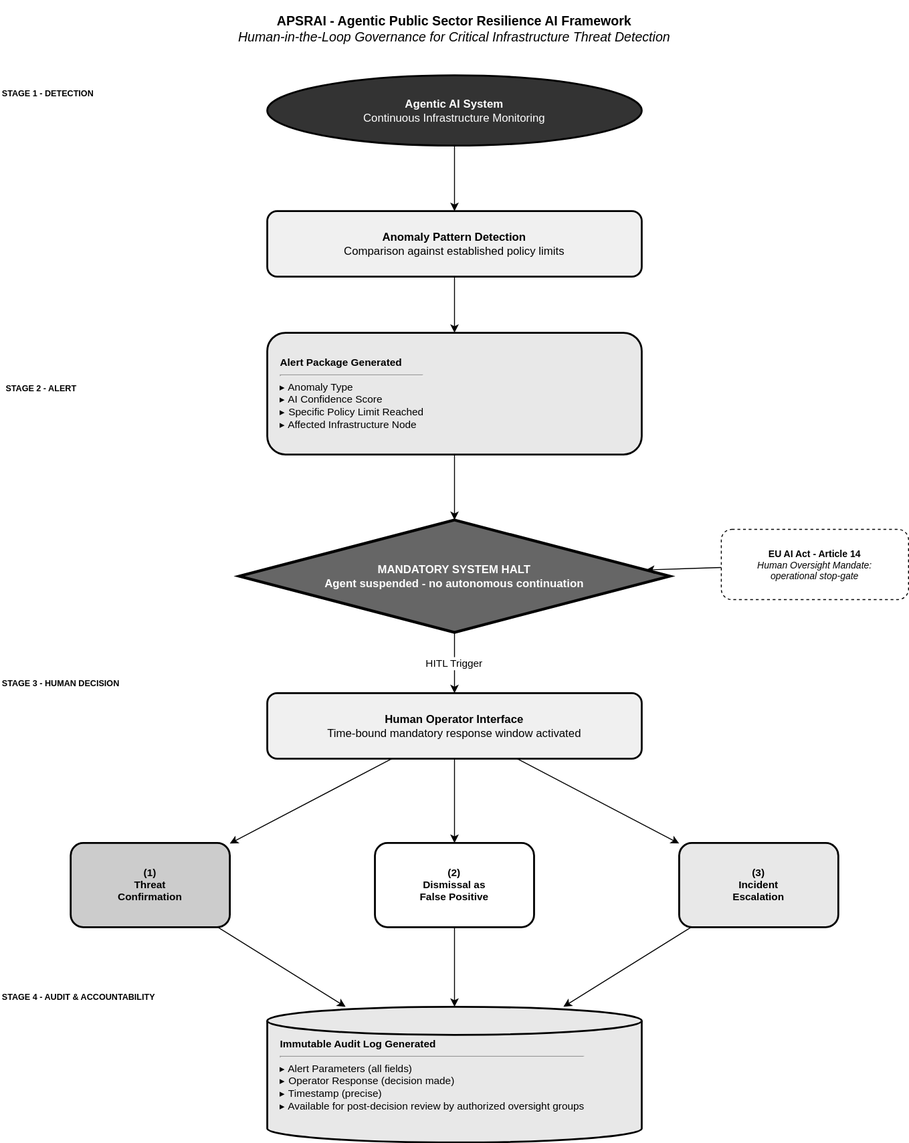
Earlier version of the draw.io export APSRAI.drawio.svg (PerviZxS/APSRAI). Source tidied: cells renumbered, new cells last; positions are measured from the earlier drawing's top-left corner, leaving out a move shared by most shapes. Source of this version:
```xml
<mxGraphModel background="#ffffff">
  <root>
    <mxCell id="0" />
    <mxCell id="1" parent="0" />
    <mxCell id="2" value="&lt;b&gt;APSRAI - Agentic Public Sector Resilience AI Framework&lt;/b&gt;&lt;br&gt;&lt;i&gt;Human-in-the-Loop Governance for Critical Infrastructure Threat Detection&lt;/i&gt;" style="text;html=1;strokeColor=none;fillColor=none;align=center;verticalAlign=middle;whiteSpace=wrap;fontSize=14;fontColor=#000000;" parent="1" vertex="1">
      <mxGeometry x="130" width="710" height="60" as="geometry" />
    </mxCell>
    <mxCell id="3" value="STAGE 1 - DETECTION" style="text;html=1;strokeColor=none;fillColor=none;align=left;verticalAlign=middle;fontSize=9;fontColor=#000000;fontStyle=1;" parent="1" vertex="1">
      <mxGeometry y="90" width="160" height="20" as="geometry" />
    </mxCell>
    <mxCell id="4" value="&lt;b&gt;Agentic AI System&lt;/b&gt;&lt;br&gt;Continuous Infrastructure Monitoring" style="ellipse;whiteSpace=wrap;html=1;fillColor=#333333;strokeColor=#000000;fontSize=12;fontColor=#ffffff;strokeWidth=2;" parent="1" vertex="1">
      <mxGeometry x="285" y="80" width="400" height="75" as="geometry" />
    </mxCell>
    <mxCell id="5" value="&lt;b&gt;Anomaly Pattern Detection&lt;/b&gt;&lt;br&gt;Comparison against established policy limits" style="rounded=1;whiteSpace=wrap;html=1;fillColor=#f0f0f0;strokeColor=#000000;fontSize=12;strokeWidth=2;fontColor=#000000;" parent="1" vertex="1">
      <mxGeometry x="285" y="225" width="400" height="70" as="geometry" />
    </mxCell>
    <mxCell id="6" value="STAGE 2 - ALERT" style="text;html=1;strokeColor=none;fillColor=none;align=left;verticalAlign=middle;fontSize=9;fontColor=#000000;fontStyle=1;" parent="1" vertex="1">
      <mxGeometry x="4" y="405" width="160" height="20" as="geometry" />
    </mxCell>
    <mxCell id="7" value="&lt;b&gt;Alert Package Generated&lt;/b&gt;&lt;hr/&gt;▸ Anomaly Type&lt;br&gt;▸ AI Confidence Score&lt;br&gt;▸ Specific Policy Limit Reached&lt;br&gt;▸ Affected Infrastructure Node" style="rounded=1;whiteSpace=wrap;html=1;fillColor=#e8e8e8;strokeColor=#000000;fontSize=11;align=left;spacingLeft=12;strokeWidth=2;fontColor=#000000;" parent="1" vertex="1">
      <mxGeometry x="285" y="355" width="400" height="130" as="geometry" />
    </mxCell>
    <mxCell id="8" value="&lt;b&gt;MANDATORY SYSTEM HALT&lt;/b&gt;&lt;br&gt;Agent suspended - no autonomous continuation" style="rhombus;whiteSpace=wrap;html=1;fillColor=#666666;strokeColor=#000000;fontSize=12;fontColor=#ffffff;strokeWidth=3;fontStyle=1;" parent="1" vertex="1">
      <mxGeometry x="255" y="555" width="460" height="120" as="geometry" />
    </mxCell>
    <mxCell id="9" value="&lt;b&gt;EU AI Act - Article 14&lt;/b&gt;&lt;br&gt;&lt;i&gt;Human Oversight Mandate:&lt;br&gt;operational stop-gate&lt;/i&gt;" style="rounded=1;whiteSpace=wrap;html=1;fillColor=#ffffff;strokeColor=#000000;fontSize=10;align=center;strokeWidth=1;dashed=1;fontColor=#000000;" parent="1" vertex="1">
      <mxGeometry x="770" y="565" width="200" height="75" as="geometry" />
    </mxCell>
    <mxCell id="10" parent="1" edge="1" source="9" target="8">
      <mxGeometry relative="1" as="geometry" />
    </mxCell>
    <mxCell id="11" value="STAGE 3 - HUMAN DECISION" style="text;html=1;strokeColor=none;fillColor=none;align=left;verticalAlign=middle;fontSize=9;fontColor=#000000;fontStyle=1;" parent="1" vertex="1">
      <mxGeometry y="720" width="210" height="20" as="geometry" />
    </mxCell>
    <mxCell id="12" value="&lt;b&gt;Human Operator Interface&lt;/b&gt;&lt;br&gt;Time-bound mandatory response window activated" style="rounded=1;whiteSpace=wrap;html=1;fillColor=#f0f0f0;strokeColor=#000000;fontSize=12;strokeWidth=2;fontColor=#000000;" parent="1" vertex="1">
      <mxGeometry x="285" y="740" width="400" height="70" as="geometry" />
    </mxCell>
    <mxCell id="13" value="&lt;b&gt;(1)&lt;br&gt;Threat&lt;br&gt;Confirmation&lt;/b&gt;" style="rounded=1;whiteSpace=wrap;html=1;fillColor=#cccccc;strokeColor=#000000;fontSize=11;strokeWidth=2;fontColor=#000000;" parent="1" vertex="1">
      <mxGeometry x="75" y="900" width="170" height="90" as="geometry" />
    </mxCell>
    <mxCell id="14" value="&lt;b&gt;(2)&lt;br&gt;Dismissal as&lt;br&gt;False Positive&lt;/b&gt;" style="rounded=1;whiteSpace=wrap;html=1;fillColor=#ffffff;strokeColor=#000000;fontSize=11;strokeWidth=2;fontColor=#000000;" parent="1" vertex="1">
      <mxGeometry x="400" y="900" width="170" height="90" as="geometry" />
    </mxCell>
    <mxCell id="15" value="&lt;b&gt;(3)&lt;br&gt;Incident&lt;br&gt;Escalation&lt;/b&gt;" style="rounded=1;whiteSpace=wrap;html=1;fillColor=#e8e8e8;strokeColor=#000000;fontSize=11;strokeWidth=2;fontColor=#000000;" parent="1" vertex="1">
      <mxGeometry x="725" y="900" width="170" height="90" as="geometry" />
    </mxCell>
    <mxCell id="16" value="STAGE 4 - AUDIT &amp;amp; ACCOUNTABILITY" style="text;html=1;strokeColor=none;fillColor=none;align=left;verticalAlign=middle;fontSize=9;fontColor=#000000;fontStyle=1;" parent="1" vertex="1">
      <mxGeometry y="1055" width="250" height="20" as="geometry" />
    </mxCell>
    <mxCell id="17" value="&lt;b&gt;Immutable Audit Log Generated&lt;/b&gt;&lt;hr/&gt;▸ Alert Parameters (all fields)&lt;br&gt;▸ Operator Response (decision made)&lt;br&gt;▸ Timestamp (precise)&lt;br&gt;▸ Available for post-decision review by authorized oversight groups" style="shape=cylinder3;whiteSpace=wrap;html=1;fillColor=#e8e8e8;strokeColor=#000000;fontSize=11;align=left;spacingLeft=12;strokeWidth=2;size=15;fontColor=#000000;" parent="1" vertex="1">
      <mxGeometry x="285" y="1075" width="400" height="145" as="geometry" />
    </mxCell>
    <mxCell id="18" parent="1" edge="1" source="4" target="5">
      <mxGeometry relative="1" as="geometry" />
    </mxCell>
    <mxCell id="19" parent="1" edge="1" source="5" target="7">
      <mxGeometry relative="1" as="geometry" />
    </mxCell>
    <mxCell id="20" parent="1" edge="1" source="7" target="8">
      <mxGeometry relative="1" as="geometry" />
    </mxCell>
    <mxCell id="21" value="HITL Trigger" parent="1" edge="1" source="8" target="12">
      <mxGeometry relative="1" as="geometry" />
    </mxCell>
    <mxCell id="22" parent="1" edge="1" source="12" target="13">
      <mxGeometry relative="1" as="geometry" />
    </mxCell>
    <mxCell id="23" parent="1" edge="1" source="12" target="14">
      <mxGeometry relative="1" as="geometry" />
    </mxCell>
    <mxCell id="24" parent="1" edge="1" source="12" target="15">
      <mxGeometry relative="1" as="geometry" />
    </mxCell>
    <mxCell id="25" parent="1" edge="1" source="13" target="17">
      <mxGeometry relative="1" as="geometry" />
    </mxCell>
    <mxCell id="26" parent="1" edge="1" source="14" target="17">
      <mxGeometry relative="1" as="geometry" />
    </mxCell>
    <mxCell id="27" parent="1" edge="1" source="15" target="17">
      <mxGeometry relative="1" as="geometry" />
    </mxCell>
  </root>
</mxGraphModel>
```
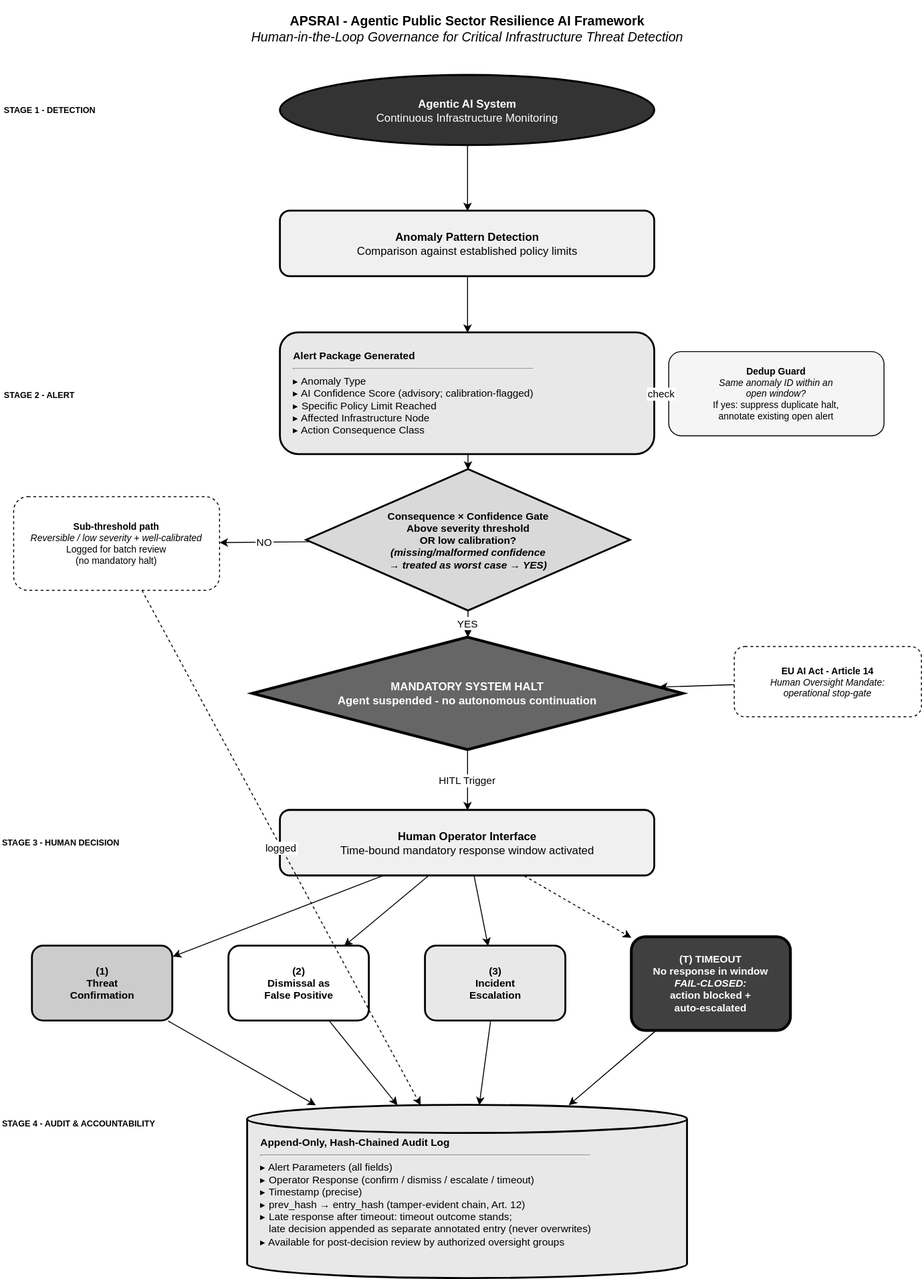
The same file after the commit.

What changed in the source:
```diff
@@ -6,7 +6,7 @@
       <mxGeometry x="130" width="710" height="60" as="geometry" />
     </mxCell>
     <mxCell id="3" value="STAGE 1 - DETECTION" style="text;html=1;strokeColor=none;fillColor=none;align=left;verticalAlign=middle;fontSize=9;fontColor=#000000;fontStyle=1;" parent="1" vertex="1">
-      <mxGeometry y="90" width="160" height="20" as="geometry" />
+      <mxGeometry x="-12" y="107.5" width="160" height="20" as="geometry" />
     </mxCell>
     <mxCell id="4" value="&lt;b&gt;Agentic AI System&lt;/b&gt;&lt;br&gt;Continuous Infrastructure Monitoring" style="ellipse;whiteSpace=wrap;html=1;fillColor=#333333;strokeColor=#000000;fontSize=12;fontColor=#ffffff;strokeWidth=2;" parent="1" vertex="1">
       <mxGeometry x="285" y="80" width="400" height="75" as="geometry" />
@@ -15,40 +15,64 @@
       <mxGeometry x="285" y="225" width="400" height="70" as="geometry" />
     </mxCell>
     <mxCell id="6" value="STAGE 2 - ALERT" style="text;html=1;strokeColor=none;fillColor=none;align=left;verticalAlign=middle;fontSize=9;fontColor=#000000;fontStyle=1;" parent="1" vertex="1">
-      <mxGeometry x="4" y="405" width="160" height="20" as="geometry" />
+      <mxGeometry x="-12" y="412" width="160" height="20" as="geometry" />
     </mxCell>
-    <mxCell id="7" value="&lt;b&gt;Alert Package Generated&lt;/b&gt;&lt;hr/&gt;▸ Anomaly Type&lt;br&gt;▸ AI Confidence Score&lt;br&gt;▸ Specific Policy Limit Reached&lt;br&gt;▸ Affected Infrastructure Node" style="rounded=1;whiteSpace=wrap;html=1;fillColor=#e8e8e8;strokeColor=#000000;fontSize=11;align=left;spacingLeft=12;strokeWidth=2;fontColor=#000000;" parent="1" vertex="1">
+    <mxCell id="7" value="&lt;b&gt;Alert Package Generated&lt;/b&gt;&lt;hr/&gt;▸ Anomaly Type&lt;br&gt;▸ AI Confidence Score (advisory; calibration-flagged)&lt;br&gt;▸ Specific Policy Limit Reached&lt;br&gt;▸ Affected Infrastructure Node&lt;br&gt;▸ Action Consequence Class" style="rounded=1;whiteSpace=wrap;html=1;fillColor=#e8e8e8;strokeColor=#000000;fontSize=11;align=left;spacingLeft=12;strokeWidth=2;fontColor=#000000;" parent="1" vertex="1">
       <mxGeometry x="285" y="355" width="400" height="130" as="geometry" />
     </mxCell>
+    <mxCell id="28" value="&lt;b&gt;Dedup Guard&lt;/b&gt;&lt;br&gt;&lt;i&gt;Same anomaly ID within an&lt;br&gt;open window?&lt;/i&gt;&lt;br&gt;If yes: suppress duplicate halt,&lt;br&gt;annotate existing open alert" style="rounded=1;whiteSpace=wrap;html=1;fillColor=#f5f5f5;strokeColor=#000000;fontSize=10;align=center;strokeWidth=1;fontColor=#000000;" parent="1" vertex="1">
+      <mxGeometry x="700" y="375" width="230" height="90" as="geometry" />
+    </mxCell>
+    <mxCell id="29" value="check" style="dashed=1;strokeColor=#000000;" parent="1" edge="1" source="7" target="28">
+      <mxGeometry relative="1" as="geometry" />
+    </mxCell>
+    <mxCell id="30" value="&lt;b&gt;Consequence × Confidence Gate&lt;/b&gt;&lt;br&gt;Above severity threshold&lt;br&gt;OR low calibration?&lt;br&gt;&lt;i&gt;(missing/malformed confidence&lt;br&gt;→ treated as worst case → YES)&lt;/i&gt;" style="rhombus;whiteSpace=wrap;html=1;fillColor=#d9d9d9;strokeColor=#000000;fontSize=11;fontColor=#000000;strokeWidth=2;fontStyle=1;" parent="1" vertex="1">
+      <mxGeometry x="313" y="501" width="346" height="151" as="geometry" />
+    </mxCell>
+    <mxCell id="31" value="&lt;b&gt;Sub-threshold path&lt;/b&gt;&lt;br&gt;&lt;i&gt;Reversible / low severity + well-calibrated&lt;/i&gt;&lt;br&gt;Logged for batch review&lt;br&gt;(no mandatory halt)" style="rounded=1;whiteSpace=wrap;html=1;fillColor=#ffffff;strokeColor=#000000;fontSize=10;align=center;strokeWidth=1;dashed=1;fontColor=#000000;" parent="1" vertex="1">
+      <mxGeometry y="530" width="220" height="100" as="geometry" />
+    </mxCell>
+    <mxCell id="32" value="NO" parent="1" edge="1" source="30" target="31">
+      <mxGeometry relative="1" as="geometry" />
+    </mxCell>
     <mxCell id="8" value="&lt;b&gt;MANDATORY SYSTEM HALT&lt;/b&gt;&lt;br&gt;Agent suspended - no autonomous continuation" style="rhombus;whiteSpace=wrap;html=1;fillColor=#666666;strokeColor=#000000;fontSize=12;fontColor=#ffffff;strokeWidth=3;fontStyle=1;" parent="1" vertex="1">
-      <mxGeometry x="255" y="555" width="460" height="120" as="geometry" />
+      <mxGeometry x="255" y="680" width="460" height="120" as="geometry" />
     </mxCell>
+    <mxCell id="33" value="YES" parent="1" edge="1" source="30" target="8">
+      <mxGeometry relative="1" as="geometry" />
+    </mxCell>
     <mxCell id="9" value="&lt;b&gt;EU AI Act - Article 14&lt;/b&gt;&lt;br&gt;&lt;i&gt;Human Oversight Mandate:&lt;br&gt;operational stop-gate&lt;/i&gt;" style="rounded=1;whiteSpace=wrap;html=1;fillColor=#ffffff;strokeColor=#000000;fontSize=10;align=center;strokeWidth=1;dashed=1;fontColor=#000000;" parent="1" vertex="1">
-      <mxGeometry x="770" y="565" width="200" height="75" as="geometry" />
+      <mxGeometry x="770" y="690" width="200" height="75" as="geometry" />
     </mxCell>
     <mxCell id="10" parent="1" edge="1" source="9" target="8">
       <mxGeometry relative="1" as="geometry" />
     </mxCell>
     <mxCell id="11" value="STAGE 3 - HUMAN DECISION" style="text;html=1;strokeColor=none;fillColor=none;align=left;verticalAlign=middle;fontSize=9;fontColor=#000000;fontStyle=1;" parent="1" vertex="1">
-      <mxGeometry y="720" width="210" height="20" as="geometry" />
+      <mxGeometry x="-14" y="890" width="210" height="20" as="geometry" />
     </mxCell>
     <mxCell id="12" value="&lt;b&gt;Human Operator Interface&lt;/b&gt;&lt;br&gt;Time-bound mandatory response window activated" style="rounded=1;whiteSpace=wrap;html=1;fillColor=#f0f0f0;strokeColor=#000000;fontSize=12;strokeWidth=2;fontColor=#000000;" parent="1" vertex="1">
-      <mxGeometry x="285" y="740" width="400" height="70" as="geometry" />
+      <mxGeometry x="285" y="865" width="400" height="70" as="geometry" />
     </mxCell>
     <mxCell id="13" value="&lt;b&gt;(1)&lt;br&gt;Threat&lt;br&gt;Confirmation&lt;/b&gt;" style="rounded=1;whiteSpace=wrap;html=1;fillColor=#cccccc;strokeColor=#000000;fontSize=11;strokeWidth=2;fontColor=#000000;" parent="1" vertex="1">
-      <mxGeometry x="75" y="900" width="170" height="90" as="geometry" />
+      <mxGeometry x="20" y="1010" width="150" height="80" as="geometry" />
     </mxCell>
     <mxCell id="14" value="&lt;b&gt;(2)&lt;br&gt;Dismissal as&lt;br&gt;False Positive&lt;/b&gt;" style="rounded=1;whiteSpace=wrap;html=1;fillColor=#ffffff;strokeColor=#000000;fontSize=11;strokeWidth=2;fontColor=#000000;" parent="1" vertex="1">
-      <mxGeometry x="400" y="900" width="170" height="90" as="geometry" />
+      <mxGeometry x="230" y="1010" width="150" height="80" as="geometry" />
     </mxCell>
     <mxCell id="15" value="&lt;b&gt;(3)&lt;br&gt;Incident&lt;br&gt;Escalation&lt;/b&gt;" style="rounded=1;whiteSpace=wrap;html=1;fillColor=#e8e8e8;strokeColor=#000000;fontSize=11;strokeWidth=2;fontColor=#000000;" parent="1" vertex="1">
-      <mxGeometry x="725" y="900" width="170" height="90" as="geometry" />
+      <mxGeometry x="440" y="1010" width="150" height="80" as="geometry" />
     </mxCell>
+    <mxCell id="34" value="&lt;b&gt;(T) TIMEOUT&lt;/b&gt;&lt;br&gt;No response in window&lt;br&gt;&lt;i&gt;FAIL-CLOSED:&lt;/i&gt;&lt;br&gt;action blocked +&lt;br&gt;auto-escalated" style="rounded=1;whiteSpace=wrap;html=1;fillColor=#404040;strokeColor=#000000;fontSize=11;strokeWidth=3;fontColor=#ffffff;fontStyle=1;" parent="1" vertex="1">
+      <mxGeometry x="660" y="1000" width="170" height="100" as="geometry" />
+    </mxCell>
+    <mxCell id="35" style="dashed=1;strokeColor=#000000;" parent="1" edge="1" source="12" target="34">
+      <mxGeometry relative="1" as="geometry" />
+    </mxCell>
     <mxCell id="16" value="STAGE 4 - AUDIT &amp;amp; ACCOUNTABILITY" style="text;html=1;strokeColor=none;fillColor=none;align=left;verticalAlign=middle;fontSize=9;fontColor=#000000;fontStyle=1;" parent="1" vertex="1">
-      <mxGeometry y="1055" width="250" height="20" as="geometry" />
+      <mxGeometry x="-14" y="1190" width="250" height="20" as="geometry" />
     </mxCell>
-    <mxCell id="17" value="&lt;b&gt;Immutable Audit Log Generated&lt;/b&gt;&lt;hr/&gt;▸ Alert Parameters (all fields)&lt;br&gt;▸ Operator Response (decision made)&lt;br&gt;▸ Timestamp (precise)&lt;br&gt;▸ Available for post-decision review by authorized oversight groups" style="shape=cylinder3;whiteSpace=wrap;html=1;fillColor=#e8e8e8;strokeColor=#000000;fontSize=11;align=left;spacingLeft=12;strokeWidth=2;size=15;fontColor=#000000;" parent="1" vertex="1">
-      <mxGeometry x="285" y="1075" width="400" height="145" as="geometry" />
+    <mxCell id="17" value="&lt;b&gt;Append-Only, Hash-Chained Audit Log&lt;/b&gt;&lt;hr/&gt;▸ Alert Parameters (all fields)&lt;br&gt;▸ Operator Response (confirm / dismiss / escalate / timeout)&lt;br&gt;▸ Timestamp (precise)&lt;br&gt;▸ prev_hash → entry_hash (tamper-evident chain, Art. 12)&lt;br&gt;▸ Late response after timeout: timeout outcome stands;&lt;br&gt;   late decision appended as separate annotated entry (never overwrites)&lt;br&gt;▸ Available for post-decision review by authorized oversight groups" style="shape=cylinder3;whiteSpace=wrap;html=1;fillColor=#e8e8e8;strokeColor=#000000;fontSize=11;align=left;spacingLeft=12;strokeWidth=2;size=15;fontColor=#000000;" parent="1" vertex="1">
+      <mxGeometry x="250" y="1180" width="470" height="185" as="geometry" />
     </mxCell>
     <mxCell id="18" parent="1" edge="1" source="4" target="5">
       <mxGeometry relative="1" as="geometry" />
@@ -56,9 +80,9 @@
     <mxCell id="19" parent="1" edge="1" source="5" target="7">
       <mxGeometry relative="1" as="geometry" />
     </mxCell>
-    <mxCell id="20" parent="1" edge="1" source="7" target="8">
-      <mxGeometry relative="1" as="geometry" />
-    </mxCell>
+    <mxCell id="36" parent="1" edge="1" source="7" target="30">
+      <mxGeometry relative="1" as="geometry" />
+    </mxCell>
     <mxCell id="21" value="HITL Trigger" parent="1" edge="1" source="8" target="12">
       <mxGeometry relative="1" as="geometry" />
     </mxCell>
@@ -80,5 +104,11 @@
     <mxCell id="27" parent="1" edge="1" source="15" target="17">
       <mxGeometry relative="1" as="geometry" />
     </mxCell>
+    <mxCell id="37" parent="1" edge="1" source="34" target="17">
+      <mxGeometry relative="1" as="geometry" />
+    </mxCell>
+    <mxCell id="38" value="logged" style="dashed=1;" parent="1" edge="1" source="31" target="17">
+      <mxGeometry relative="1" as="geometry" />
+    </mxCell>
   </root>
 </mxGraphModel>
```
